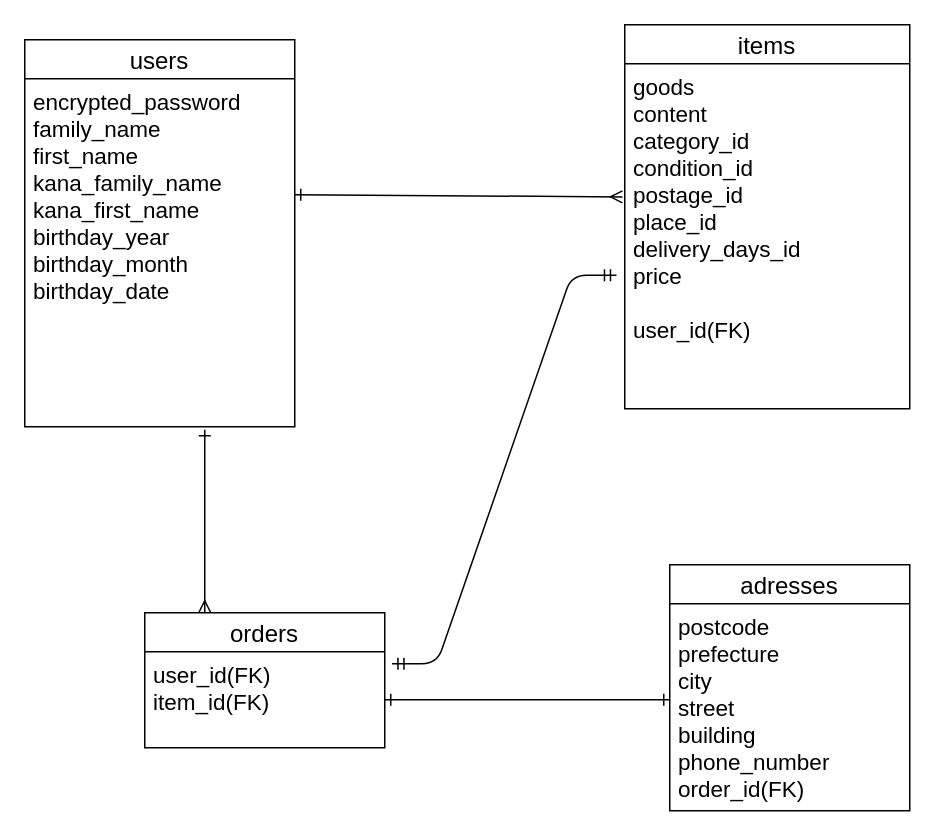
Above: er.dio in snocoh/furima-38972 (draw.io), before the change. Source tidied: cells renumbered, new cells numbered last; positions are measured from the earlier drawing's top-left corner, leaving out a move shared by most shapes. Both pictures are drawn from the tidied source at 150%, with x=0, y=0 at pixel (24, 24).
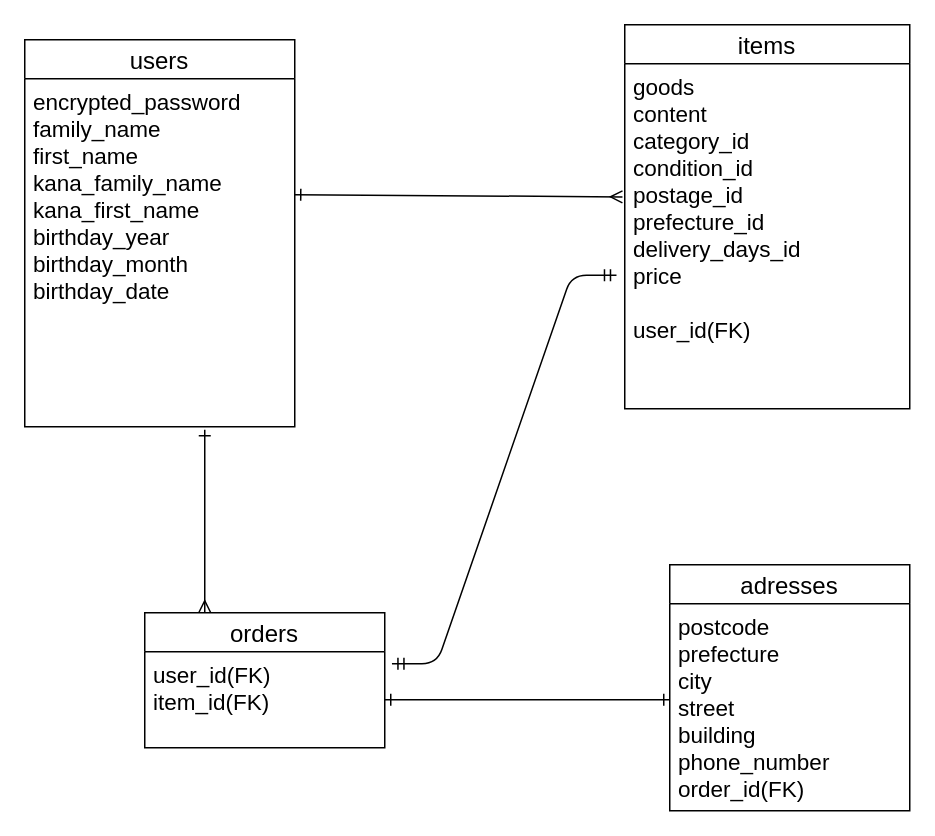
Above is the later version.

Commit message (it also covers changes not shown here):
items, ordersテーブル修正

Diff of the diagram source:
```diff
@@
 <mxGraphModel>
   <root>
     <mxCell id="0" />
     <mxCell id="1" parent="0" />
     <mxCell id="2" value="users" style="swimlane;fontStyle=0;horizontal=1;startSize=26;align=center;fontSize=16;" parent="1" vertex="1">
       <mxGeometry y="10" width="180" height="258" as="geometry" />
     </mxCell>
     <mxCell id="3" value="items" style="swimlane;fontStyle=0;horizontal=1;startSize=26;align=center;fontSize=16;" parent="1" vertex="1">
       <mxGeometry x="400" width="190" height="256" as="geometry" />
     </mxCell>
-    <mxCell id="4" value="goods&#10;content&#10;category_id&#10;condition_id&#10;postage_id&#10;place_id&#10;delivery_days_id&#10;price&#10;&#10;user_id(FK)&#10;" style="text;strokeColor=none;fillColor=none;spacingLeft=4;spacingRight=4;overflow=hidden;points=[[0,0.5],[1,0.5]];portConstraint=eastwest;fontSize=15;" parent="3" vertex="1">
+    <mxCell id="4" value="goods&#10;content&#10;category_id&#10;condition_id&#10;postage_id&#10;prefecture_id&#10;delivery_days_id&#10;price&#10;&#10;user_id(FK)&#10;" style="text;strokeColor=none;fillColor=none;spacingLeft=4;spacingRight=4;overflow=hidden;points=[[0,0.5],[1,0.5]];portConstraint=eastwest;fontSize=15;" parent="3" vertex="1">
       <mxGeometry y="26" width="190" height="230" as="geometry" />
     </mxCell>
     <mxCell id="5" value="orders" style="swimlane;fontStyle=0;horizontal=1;startSize=26;align=center;fontSize=16;" parent="1" vertex="1">
       <mxGeometry x="80" y="392" width="160" height="90" as="geometry" />
     </mxCell>
     <mxCell id="6" value="user_id(FK)&#10;item_id(FK)" style="text;strokeColor=none;fillColor=none;spacingLeft=4;spacingRight=4;overflow=hidden;points=[[0,0.5],[1,0.5]];portConstraint=eastwest;fontSize=15;" parent="5" vertex="1">
       <mxGeometry y="26" width="160" height="64" as="geometry" />
     </mxCell>
     <mxCell id="7" value="adresses" style="swimlane;fontStyle=0;horizontal=1;startSize=26;align=center;fontSize=16;" parent="1" vertex="1">
       <mxGeometry x="430" y="360" width="160" height="164" as="geometry" />
     </mxCell>
     <mxCell id="8" value="postcode&#10;prefecture&#10;city&#10;street&#10;building&#10;phone_number&#10;order_id(FK)" style="text;strokeColor=none;fillColor=none;spacingLeft=4;spacingRight=4;overflow=hidden;fontSize=15;" parent="7" vertex="1">
       <mxGeometry y="26" width="160" height="138" as="geometry" />
     </mxCell>
     <mxCell id="9" value="encrypted_password&#10;family_name&#10;first_name&#10;kana_family_name&#10;kana_first_name&#10;birthday_year&#10;birthday_month&#10;birthday_date" style="text;strokeColor=none;fillColor=none;spacingLeft=4;spacingRight=4;overflow=hidden;points=[[0,0.5],[1,0.5]];portConstraint=eastwest;fontSize=15;" parent="1" vertex="1">
       <mxGeometry y="36" width="180" height="232" as="geometry" />
     </mxCell>
     <mxCell id="10" style="edgeStyle=entityRelationEdgeStyle;fontSize=12;html=1;endArrow=ERmandOne;startArrow=ERmandOne;entryX=-0.029;entryY=0.613;entryDx=0;entryDy=0;entryPerimeter=0;exitX=1.03;exitY=0.125;exitDx=0;exitDy=0;exitPerimeter=0;" parent="1" edge="1" source="6" target="4">
       <mxGeometry relative="1" as="geometry" />
     </mxCell>
     <mxCell id="11" style="endArrow=ERone;html=1;rounded=0;startArrow=ERmany;startFill=0;exitX=0.25;exitY=0;exitDx=0;exitDy=0;endFill=0;" parent="1" edge="1" source="5">
       <mxGeometry relative="1" as="geometry">
         <mxPoint x="120" y="270" as="targetPoint" />
       </mxGeometry>
     </mxCell>
     <mxCell id="12" style="endArrow=ERmany;html=1;rounded=0;entryX=-0.008;entryY=0.386;entryDx=0;entryDy=0;entryPerimeter=0;endFill=0;exitX=1;exitY=0.333;exitDx=0;exitDy=0;exitPerimeter=0;startArrow=ERone;startFill=0;" parent="1" edge="1" source="9" target="4">
       <mxGeometry relative="1" as="geometry" />
     </mxCell>
     <mxCell id="13" style="endArrow=ERone;html=1;rounded=0;startArrow=ERone;startFill=0;endFill=0;" parent="1" edge="1">
       <mxGeometry relative="1" as="geometry">
         <mxPoint x="240" y="450" as="sourcePoint" />
         <mxPoint x="430" y="450" as="targetPoint" />
       </mxGeometry>
     </mxCell>
   </root>
 </mxGraphModel>
```
